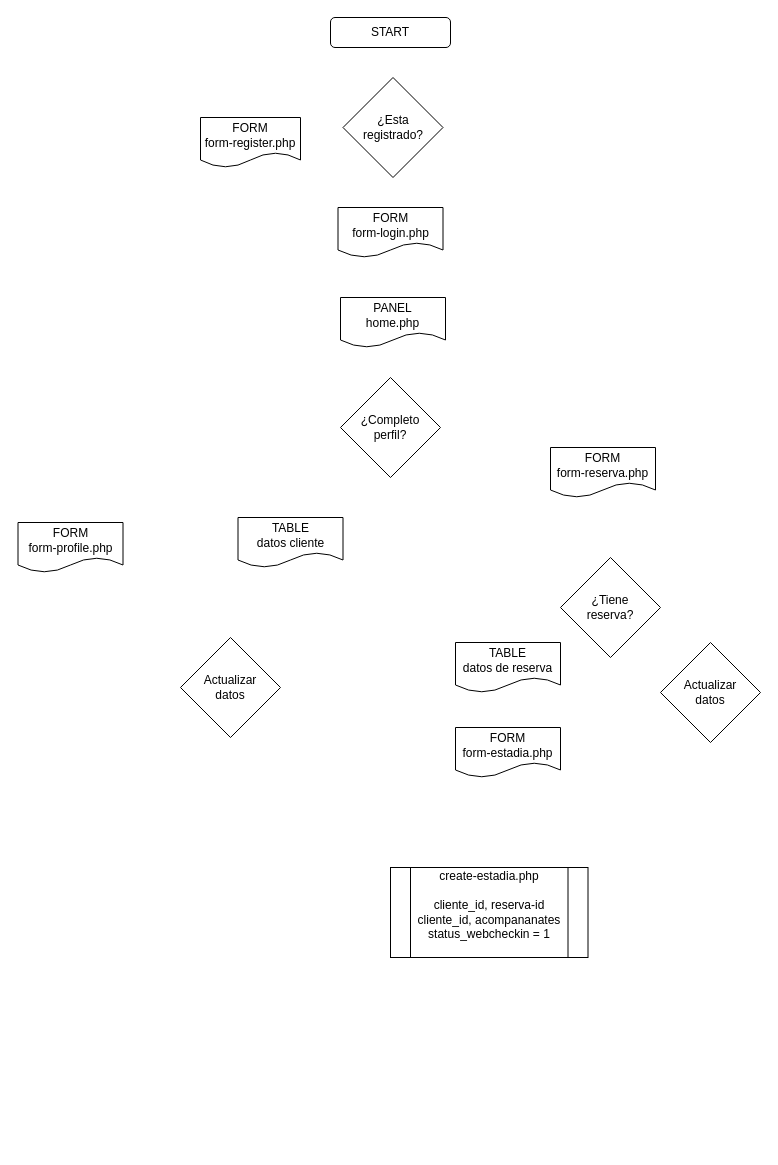
This is page "Algoritmo Front End" (2 of 6) of web-checkin/hotel-web-checkin.drawio from danielo101/db-diagrams, a draw.io file, before an edit. Source tidied: cells renumbered, new cells numbered last; positions are measured from the earlier drawing's top-left corner, leaving out a move shared by most shapes. Both pictures are drawn from the tidied source at 100%, with x=0, y=0 at pixel (18, 17).
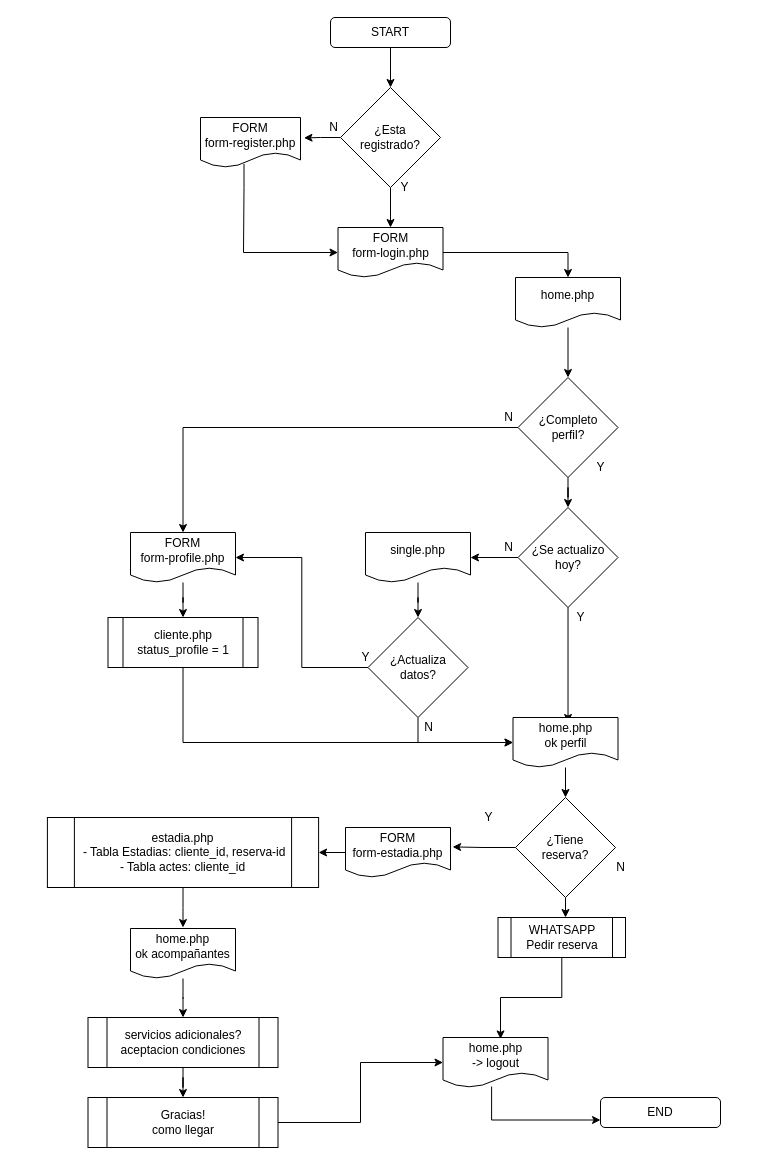
After the change.

The change refers to these unchanged cells:
```xml
<mxCell id="2" value="START" style="rounded=1;whiteSpace=wrap;html=1;" parent="1" vertex="1">
  <mxGeometry x="312" width="120" height="30" as="geometry" />
</mxCell>
<mxCell id="4" value="&lt;div&gt;FORM&lt;br&gt;&lt;/div&gt;&lt;div&gt;form-register.php&lt;br&gt;&lt;/div&gt;" style="shape=document;whiteSpace=wrap;html=1;boundedLbl=1;" parent="1" vertex="1">
  <mxGeometry x="182" y="100" width="100" height="50" as="geometry" />
</mxCell>
```

Diff of the diagram source:
```diff
@@
+    <mxCell id="17" style="edgeStyle=orthogonalEdgeStyle;rounded=0;jettySize=auto;html=1;" parent="1" edge="1" source="2" target="3">
+      <mxGeometry relative="1" as="geometry" />
+    </mxCell>
@@
+    <mxCell id="18" style="edgeStyle=orthogonalEdgeStyle;rounded=0;jettySize=auto;html=1;entryX=1.035;entryY=0.408;entryDx=0;entryDy=0;entryPerimeter=0;" parent="1" edge="1" source="3" target="4">
+      <mxGeometry relative="1" as="geometry" />
+    </mxCell>
+    <mxCell id="19" style="edgeStyle=orthogonalEdgeStyle;rounded=0;jettySize=auto;html=1;entryX=0.5;entryY=0;entryDx=0;entryDy=0;" parent="1" edge="1" source="3" target="5">
+      <mxGeometry relative="1" as="geometry" />
+    </mxCell>
     <mxCell id="3" value="&lt;div&gt;¿Esta &lt;br&gt;&lt;/div&gt;&lt;div&gt;registrado?&lt;br&gt;&lt;/div&gt;" style="rhombus;whiteSpace=wrap;html=1;" parent="1" vertex="1">
-      <mxGeometry x="324.5" y="60" width="100" height="100" as="geometry" />
+      <mxGeometry x="322" y="70" width="100" height="100" as="geometry" />
     </mxCell>
+    <mxCell id="20" style="edgeStyle=orthogonalEdgeStyle;rounded=0;jettySize=auto;html=1;entryX=0;entryY=0.5;entryDx=0;entryDy=0;exitX=0.435;exitY=0.926;exitDx=0;exitDy=0;exitPerimeter=0;" parent="1" edge="1" source="4" target="5">
+      <mxGeometry relative="1" as="geometry">
+        <Array as="points">
+          <mxPoint x="225" y="170" />
+          <mxPoint x="225" y="215" />
+        </Array>
+      </mxGeometry>
+    </mxCell>
@@
+    <mxCell id="21" style="edgeStyle=orthogonalEdgeStyle;rounded=0;jettySize=auto;html=1;entryX=0.5;entryY=0;entryDx=0;entryDy=0;" parent="1" edge="1" source="5" target="6">
+      <mxGeometry relative="1" as="geometry" />
+    </mxCell>
     <mxCell id="5" value="&lt;div&gt;FORM&lt;br&gt;&lt;/div&gt;&lt;div&gt;form-login.php&lt;br&gt;&lt;/div&gt;" style="shape=document;whiteSpace=wrap;html=1;boundedLbl=1;" parent="1" vertex="1">
-      <mxGeometry x="319.5" y="190" width="105" height="50" as="geometry" />
+      <mxGeometry x="319.5" y="210" width="105" height="50" as="geometry" />
     </mxCell>
+    <mxCell id="22" style="edgeStyle=orthogonalEdgeStyle;rounded=0;jettySize=auto;html=1;entryX=0.5;entryY=0;entryDx=0;entryDy=0;" parent="1" edge="1" source="6" target="7">
+      <mxGeometry relative="1" as="geometry" />
+    </mxCell>
-    <mxCell id="6" value="&lt;div&gt;PANEL&lt;br&gt;&lt;/div&gt;&lt;div&gt;home.php&lt;br&gt;&lt;/div&gt;" style="shape=document;whiteSpace=wrap;html=1;boundedLbl=1;" parent="1" vertex="1">
-      <mxGeometry x="322" y="280" width="105" height="50" as="geometry" />
+    <mxCell id="6" value="&lt;div&gt;home.php&lt;br&gt;&lt;/div&gt;" style="shape=document;whiteSpace=wrap;html=1;boundedLbl=1;" parent="1" vertex="1">
+      <mxGeometry x="497" y="260" width="105" height="50" as="geometry" />
     </mxCell>
+    <mxCell id="23" style="edgeStyle=orthogonalEdgeStyle;rounded=0;jettySize=auto;html=1;entryX=0.5;entryY=0;entryDx=0;entryDy=0;" parent="1" edge="1" source="7" target="36">
+      <mxGeometry relative="1" as="geometry" />
+    </mxCell>
+    <mxCell id="24" style="edgeStyle=orthogonalEdgeStyle;rounded=0;jettySize=auto;html=1;entryX=0.5;entryY=0;entryDx=0;entryDy=0;" parent="1" edge="1" source="7" target="8">
+      <mxGeometry relative="1" as="geometry" />
+    </mxCell>
     <mxCell id="7" value="&lt;div&gt;¿Completo&lt;/div&gt;&lt;div&gt;perfil?&lt;br&gt;&lt;/div&gt;" style="rhombus;whiteSpace=wrap;html=1;" parent="1" vertex="1">
-      <mxGeometry x="322" y="360" width="100" height="100" as="geometry" />
+      <mxGeometry x="499.5" y="360" width="100" height="100" as="geometry" />
     </mxCell>
+    <mxCell id="25" style="edgeStyle=orthogonalEdgeStyle;rounded=0;jettySize=auto;html=1;entryX=0.5;entryY=0;entryDx=0;entryDy=0;" parent="1" edge="1" source="8" target="53">
+      <mxGeometry relative="1" as="geometry" />
+    </mxCell>
     <mxCell id="8" value="&lt;div&gt;FORM&lt;br&gt;&lt;/div&gt;&lt;div&gt;form-profile.php&lt;br&gt;&lt;/div&gt;" style="shape=document;whiteSpace=wrap;html=1;boundedLbl=1;" parent="1" vertex="1">
-      <mxGeometry x="-0.5" y="505" width="105" height="50" as="geometry" />
+      <mxGeometry x="112" y="515" width="105" height="50" as="geometry" />
     </mxCell>
+    <mxCell id="26" style="edgeStyle=orthogonalEdgeStyle;rounded=0;jettySize=auto;html=1;entryX=1.02;entryY=0.388;entryDx=0;entryDy=0;entryPerimeter=0;" parent="1" edge="1" source="9" target="11">
+      <mxGeometry relative="1" as="geometry" />
+    </mxCell>
+    <mxCell id="27" style="edgeStyle=orthogonalEdgeStyle;rounded=0;jettySize=auto;html=1;entryX=0.529;entryY=0;entryDx=0;entryDy=0;entryPerimeter=0;" parent="1" edge="1" source="9" target="51">
+      <mxGeometry relative="1" as="geometry" />
+    </mxCell>
     <mxCell id="9" value="&lt;div&gt;¿Tiene&lt;/div&gt;&lt;div&gt;reserva?&lt;br&gt;&lt;/div&gt;" style="rhombus;whiteSpace=wrap;html=1;" parent="1" vertex="1">
-      <mxGeometry x="542" y="540" width="100" height="100" as="geometry" />
+      <mxGeometry x="497" y="780" width="100" height="100" as="geometry" />
     </mxCell>
-    <mxCell id="10" value="&lt;div&gt;TABLE&lt;br&gt;&lt;/div&gt;&lt;div&gt;datos de reserva&lt;br&gt;&lt;/div&gt;" style="shape=document;whiteSpace=wrap;html=1;boundedLbl=1;" parent="1" vertex="1">
-      <mxGeometry x="437" y="625" width="105" height="50" as="geometry" />
-    </mxCell>
+    <mxCell id="28" style="edgeStyle=orthogonalEdgeStyle;rounded=0;jettySize=auto;html=1;entryX=1;entryY=0.5;entryDx=0;entryDy=0;" parent="1" edge="1" source="11" target="12">
+      <mxGeometry relative="1" as="geometry" />
+    </mxCell>
     <mxCell id="11" value="&lt;div&gt;FORM&lt;br&gt;&lt;/div&gt;&lt;div&gt;form-estadia.php&lt;br&gt;&lt;/div&gt;" style="shape=document;whiteSpace=wrap;html=1;boundedLbl=1;" parent="1" vertex="1">
-      <mxGeometry x="437" y="710" width="105" height="50" as="geometry" />
+      <mxGeometry x="327" y="810" width="105" height="50" as="geometry" />
     </mxCell>
+    <mxCell id="29" style="edgeStyle=orthogonalEdgeStyle;rounded=0;jettySize=auto;html=1;" parent="1" edge="1" source="12">
+      <mxGeometry relative="1" as="geometry">
+        <mxPoint x="164.5" y="910" as="targetPoint" />
+      </mxGeometry>
+    </mxCell>
-    <mxCell id="12" value="&lt;div&gt;create-estadia.php&lt;/div&gt;&lt;div&gt;&lt;br&gt;&lt;/div&gt;&lt;div&gt;cliente_id, reserva-id&lt;/div&gt;&lt;div&gt;cliente_id, acompananates&lt;br&gt;&lt;/div&gt;&lt;div&gt;status_webcheckin = 1&lt;/div&gt;&lt;div&gt;&lt;br&gt;&lt;/div&gt;" style="shape=process;whiteSpace=wrap;html=1;backgroundOutline=1;" parent="1" vertex="1">
-      <mxGeometry x="372" y="850" width="197.5" height="90" as="geometry" />
+    <mxCell id="12" value="&lt;div&gt;estadia.php&lt;/div&gt;&lt;div&gt;&amp;nbsp;- Tabla Estadias: cliente_id, reserva-id&lt;/div&gt;&lt;div&gt;- Tabla actes: cliente_id&lt;br&gt;&lt;/div&gt;" style="shape=process;whiteSpace=wrap;html=1;backgroundOutline=1;" parent="1" vertex="1">
+      <mxGeometry x="28.9" y="800" width="271.2" height="70" as="geometry" />
     </mxCell>
-    <mxCell id="13" value="&lt;div&gt;Actualizar&lt;/div&gt;&lt;div&gt;datos&lt;br&gt;&lt;/div&gt;" style="rhombus;whiteSpace=wrap;html=1;" parent="1" vertex="1">
-      <mxGeometry x="162" y="620" width="100" height="100" as="geometry" />
-    </mxCell>
-    <mxCell id="14" value="&lt;div&gt;TABLE&lt;/div&gt;&lt;div&gt;datos cliente&lt;br&gt;&lt;/div&gt;" style="shape=document;whiteSpace=wrap;html=1;boundedLbl=1;" parent="1" vertex="1">
-      <mxGeometry x="219.5" y="500" width="105" height="50" as="geometry" />
-    </mxCell>
-    <mxCell id="15" value="&lt;div&gt;Actualizar&lt;/div&gt;&lt;div&gt;datos&lt;br&gt;&lt;/div&gt;" style="rhombus;whiteSpace=wrap;html=1;" parent="1" vertex="1">
-      <mxGeometry x="642" y="625" width="100" height="100" as="geometry" />
-    </mxCell>
-    <mxCell id="16" value="&lt;div&gt;FORM&lt;br&gt;&lt;/div&gt;&lt;div&gt;form-reserva.php&lt;br&gt;&lt;/div&gt;" style="shape=document;whiteSpace=wrap;html=1;boundedLbl=1;" parent="1" vertex="1">
-      <mxGeometry x="532" y="430" width="105" height="50" as="geometry" />
-    </mxCell>
+    <mxCell id="30" value="Y" style="text;html=1;align=center;verticalAlign=middle;strokeColor=none;fillColor=none;" parent="1" vertex="1">
+      <mxGeometry x="376" y="160" width="20" height="20" as="geometry" />
+    </mxCell>
+    <mxCell id="31" value="N" style="text;html=1;align=center;verticalAlign=middle;strokeColor=none;fillColor=none;" parent="1" vertex="1">
+      <mxGeometry x="304.5" y="100" width="20" height="20" as="geometry" />
+    </mxCell>
+    <mxCell id="32" value="Y" style="text;html=1;align=center;verticalAlign=middle;strokeColor=none;fillColor=none;" parent="1" vertex="1">
+      <mxGeometry x="572" y="440" width="20" height="20" as="geometry" />
+    </mxCell>
+    <mxCell id="33" value="N" style="text;html=1;align=center;verticalAlign=middle;strokeColor=none;fillColor=none;" parent="1" vertex="1">
+      <mxGeometry x="479.5" y="390" width="20" height="20" as="geometry" />
+    </mxCell>
+    <mxCell id="34" style="edgeStyle=orthogonalEdgeStyle;rounded=0;jettySize=auto;html=1;" parent="1" edge="1" source="36" target="40">
+      <mxGeometry relative="1" as="geometry" />
+    </mxCell>
+    <mxCell id="35" style="edgeStyle=orthogonalEdgeStyle;rounded=0;jettySize=auto;html=1;entryX=0.524;entryY=0.1;entryDx=0;entryDy=0;entryPerimeter=0;" parent="1" edge="1" source="36" target="47">
+      <mxGeometry relative="1" as="geometry" />
+    </mxCell>
+    <mxCell id="36" value="&lt;div&gt;¿Se actualizo&lt;/div&gt;&lt;div&gt;hoy?&lt;br&gt;&lt;/div&gt;" style="rhombus;whiteSpace=wrap;html=1;" parent="1" vertex="1">
+      <mxGeometry x="499.5" y="490" width="100" height="100" as="geometry" />
+    </mxCell>
+    <mxCell id="37" value="Y" style="text;html=1;align=center;verticalAlign=middle;strokeColor=none;fillColor=none;" parent="1" vertex="1">
+      <mxGeometry x="552" y="590" width="20" height="20" as="geometry" />
+    </mxCell>
+    <mxCell id="38" value="N" style="text;html=1;align=center;verticalAlign=middle;strokeColor=none;fillColor=none;" parent="1" vertex="1">
+      <mxGeometry x="479.5" y="520" width="20" height="20" as="geometry" />
+    </mxCell>
+    <mxCell id="39" style="edgeStyle=orthogonalEdgeStyle;rounded=0;jettySize=auto;html=1;entryX=0.5;entryY=0;entryDx=0;entryDy=0;" parent="1" edge="1" source="40" target="43">
+      <mxGeometry relative="1" as="geometry" />
+    </mxCell>
+    <mxCell id="40" value="&lt;div&gt;single.php&lt;/div&gt;" style="shape=document;whiteSpace=wrap;html=1;boundedLbl=1;" parent="1" vertex="1">
+      <mxGeometry x="347" y="515" width="105" height="50" as="geometry" />
+    </mxCell>
+    <mxCell id="41" style="edgeStyle=orthogonalEdgeStyle;rounded=0;jettySize=auto;html=1;entryX=1;entryY=0.5;entryDx=0;entryDy=0;" parent="1" edge="1" source="43" target="8">
+      <mxGeometry relative="1" as="geometry" />
+    </mxCell>
+    <mxCell id="42" style="edgeStyle=orthogonalEdgeStyle;rounded=0;jettySize=auto;html=1;exitX=0.5;exitY=1;exitDx=0;exitDy=0;entryX=0;entryY=0.5;entryDx=0;entryDy=0;" parent="1" edge="1" source="43" target="47">
+      <mxGeometry relative="1" as="geometry">
+        <Array as="points">
+          <mxPoint x="399" y="725" />
+        </Array>
+      </mxGeometry>
+    </mxCell>
+    <mxCell id="43" value="&lt;div&gt;¿Actualiza&lt;/div&gt;&lt;div&gt;datos?&lt;br&gt;&lt;/div&gt;" style="rhombus;whiteSpace=wrap;html=1;" parent="1" vertex="1">
+      <mxGeometry x="349.5" y="600" width="100" height="100" as="geometry" />
+    </mxCell>
+    <mxCell id="44" value="Y" style="text;html=1;align=center;verticalAlign=middle;strokeColor=none;fillColor=none;" parent="1" vertex="1">
+      <mxGeometry x="337" y="630" width="20" height="20" as="geometry" />
+    </mxCell>
+    <mxCell id="45" value="N" style="text;html=1;align=center;verticalAlign=middle;strokeColor=none;fillColor=none;" parent="1" vertex="1">
+      <mxGeometry x="399.5" y="700" width="20" height="20" as="geometry" />
+    </mxCell>
+    <mxCell id="46" style="edgeStyle=orthogonalEdgeStyle;rounded=0;jettySize=auto;html=1;entryX=0.5;entryY=0;entryDx=0;entryDy=0;" parent="1" edge="1" source="47" target="9">
+      <mxGeometry relative="1" as="geometry" />
+    </mxCell>
+    <mxCell id="47" value="&lt;div&gt;home.php&lt;br&gt;&lt;/div&gt;&lt;div&gt;ok perfil&lt;br&gt;&lt;/div&gt;" style="shape=document;whiteSpace=wrap;html=1;boundedLbl=1;" parent="1" vertex="1">
+      <mxGeometry x="494.5" y="700" width="105" height="50" as="geometry" />
+    </mxCell>
+    <mxCell id="48" value="Y" style="text;html=1;align=center;verticalAlign=middle;strokeColor=none;fillColor=none;" parent="1" vertex="1">
+      <mxGeometry x="459.5" y="790" width="20" height="20" as="geometry" />
+    </mxCell>
+    <mxCell id="49" value="N" style="text;html=1;align=center;verticalAlign=middle;strokeColor=none;fillColor=none;" parent="1" vertex="1">
+      <mxGeometry x="592" y="840" width="20" height="20" as="geometry" />
+    </mxCell>
+    <mxCell id="50" style="edgeStyle=orthogonalEdgeStyle;rounded=0;jettySize=auto;html=1;entryX=0.548;entryY=0.029;entryDx=0;entryDy=0;entryPerimeter=0;" parent="1" edge="1" source="51" target="55">
+      <mxGeometry relative="1" as="geometry" />
+    </mxCell>
+    <mxCell id="51" value="&lt;div&gt;WHATSAPP&lt;/div&gt;&lt;div&gt;Pedir reserva&lt;br&gt;&lt;/div&gt;" style="shape=process;whiteSpace=wrap;html=1;backgroundOutline=1;" parent="1" vertex="1">
+      <mxGeometry x="479.5" y="900" width="127.5" height="40" as="geometry" />
+    </mxCell>
+    <mxCell id="52" style="edgeStyle=orthogonalEdgeStyle;rounded=0;jettySize=auto;html=1;entryX=0;entryY=0.5;entryDx=0;entryDy=0;exitX=0.5;exitY=1;exitDx=0;exitDy=0;" parent="1" edge="1" source="53" target="47">
+      <mxGeometry relative="1" as="geometry" />
+    </mxCell>
+    <mxCell id="53" value="&lt;div&gt;cliente.php&lt;/div&gt;&lt;div&gt;status_profile = 1&lt;/div&gt;" style="shape=process;whiteSpace=wrap;html=1;backgroundOutline=1;" parent="1" vertex="1">
+      <mxGeometry x="89.5" y="600" width="150" height="50" as="geometry" />
+    </mxCell>
+    <mxCell id="54" style="edgeStyle=orthogonalEdgeStyle;rounded=0;jettySize=auto;html=1;entryX=0;entryY=0.75;entryDx=0;entryDy=0;exitX=0.463;exitY=0.981;exitDx=0;exitDy=0;exitPerimeter=0;" parent="1" edge="1" source="55" target="62">
+      <mxGeometry relative="1" as="geometry" />
+    </mxCell>
+    <mxCell id="55" value="&lt;div&gt;home.php&lt;/div&gt;&lt;div&gt;-&amp;gt; logout&lt;br&gt;&lt;/div&gt;" style="shape=document;whiteSpace=wrap;html=1;boundedLbl=1;" parent="1" vertex="1">
+      <mxGeometry x="424.5" y="1020" width="105" height="50" as="geometry" />
+    </mxCell>
+    <mxCell id="56" style="edgeStyle=orthogonalEdgeStyle;rounded=0;jettySize=auto;html=1;entryX=0.5;entryY=0;entryDx=0;entryDy=0;" parent="1" edge="1" source="57" target="59">
+      <mxGeometry relative="1" as="geometry" />
+    </mxCell>
+    <mxCell id="57" value="&lt;div&gt;home.php&lt;br&gt;&lt;/div&gt;&lt;div&gt;ok acompañantes&lt;/div&gt;" style="shape=document;whiteSpace=wrap;html=1;boundedLbl=1;" parent="1" vertex="1">
+      <mxGeometry x="112" y="911" width="105" height="50" as="geometry" />
+    </mxCell>
+    <mxCell id="58" style="edgeStyle=orthogonalEdgeStyle;rounded=0;jettySize=auto;html=1;entryX=0.5;entryY=0;entryDx=0;entryDy=0;" parent="1" edge="1" source="59" target="61">
+      <mxGeometry relative="1" as="geometry" />
+    </mxCell>
+    <mxCell id="59" value="&lt;div&gt;servicios adicionales?&lt;/div&gt;&lt;div&gt;aceptacion condiciones&lt;br&gt;&lt;/div&gt;" style="shape=process;whiteSpace=wrap;html=1;backgroundOutline=1;" parent="1" vertex="1">
+      <mxGeometry x="69.5" y="1000" width="190" height="50" as="geometry" />
+    </mxCell>
+    <mxCell id="60" style="edgeStyle=orthogonalEdgeStyle;rounded=0;jettySize=auto;html=1;entryX=0;entryY=0.5;entryDx=0;entryDy=0;" parent="1" edge="1" source="61" target="55">
+      <mxGeometry relative="1" as="geometry" />
+    </mxCell>
+    <mxCell id="61" value="&lt;div&gt;Gracias!&lt;/div&gt;&lt;div&gt;como llegar&lt;br&gt;&lt;/div&gt;" style="shape=process;whiteSpace=wrap;html=1;backgroundOutline=1;" parent="1" vertex="1">
+      <mxGeometry x="69.5" y="1080" width="190" height="50" as="geometry" />
+    </mxCell>
+    <mxCell id="62" value="END" style="rounded=1;whiteSpace=wrap;html=1;" parent="1" vertex="1">
+      <mxGeometry x="582" y="1080" width="120" height="30" as="geometry" />
+    </mxCell>
```
